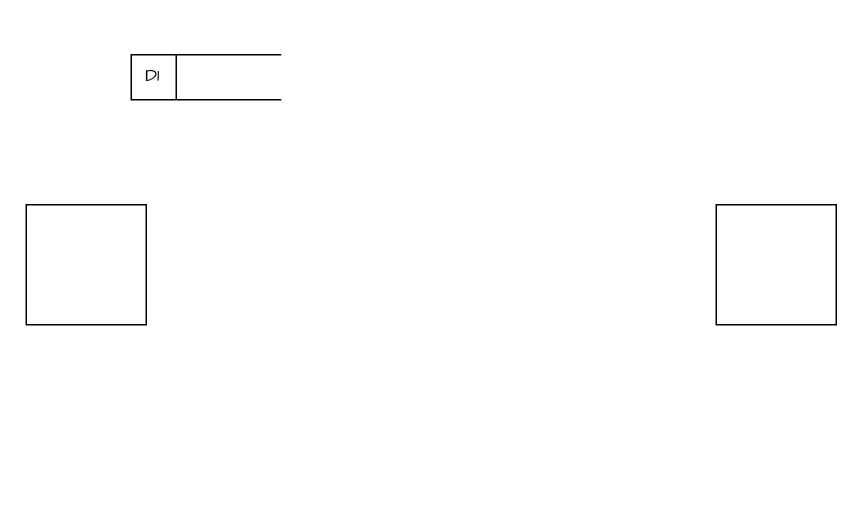
The draw.io diagram 未命名绘图.drawio in wangXingRunning/weige.github.io, before the edit. Source tidied: cells renumbered, new cells numbered last; positions are measured from the earlier drawing's top-left corner, leaving out a move shared by most shapes. Both pictures are drawn from the tidied source at 150%, with x=0, y=0 at pixel (26, 54).
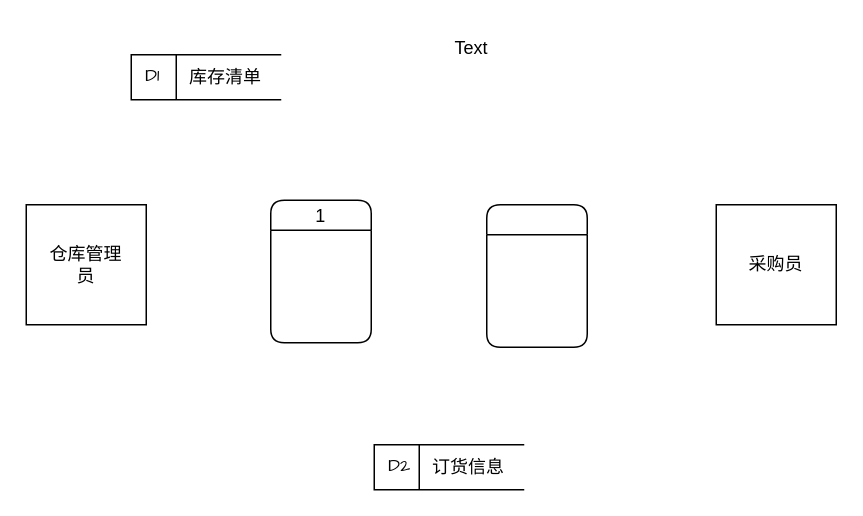
After the change.

Commit message (it also covers changes not shown here):
更新未命名绘图.drawio

The edit, as a diff of the source:
```diff
@@
 <mxGraphModel>
   <root>
     <mxCell id="0" />
     <mxCell id="1" parent="0" />
     <mxCell id="2" style="whiteSpace=wrap;html=1;hachureGap=4;fontFamily=Architects Daughter;rounded=0;" parent="1" vertex="1">
       <mxGeometry y="100" width="80" height="80" as="geometry" />
     </mxCell>
     <mxCell id="3" style="whiteSpace=wrap;html=1;hachureGap=4;fontFamily=Architects Daughter;rounded=0;" parent="1" vertex="1">
       <mxGeometry x="460" y="100" width="80" height="80" as="geometry" />
     </mxCell>
     <mxCell id="4" value="&amp;nbsp;D1" style="html=1;dashed=0;whiteSpace=wrap;shape=mxgraph.dfd.dataStoreID;align=left;spacingLeft=3;rounded=0;hachureGap=4;strokeColor=default;verticalAlign=middle;fontFamily=Architects Daughter;fontSize=12;fontColor=default;fillColor=default;" parent="1" vertex="1">
       <mxGeometry x="70" width="100" height="30" as="geometry" />
     </mxCell>
+    <mxCell id="5" value="库存清单" style="text;html=1;align=center;verticalAlign=middle;whiteSpace=wrap;rounded=0;" parent="1" vertex="1">
+      <mxGeometry x="103" width="60" height="30" as="geometry" />
+    </mxCell>
+    <mxCell id="6" value="Text" style="text;html=1;align=center;verticalAlign=middle;whiteSpace=wrap;rounded=0;" parent="1" vertex="1">
+      <mxGeometry x="267" y="-19" width="60" height="30" as="geometry" />
+    </mxCell>
+    <mxCell id="7" value="1" style="swimlane;fontStyle=0;horizontal=1;startSize=20;fillColor=#ffffff;swimlaneFillColor=#ffffff;rounded=1;" parent="1" vertex="1">
+      <mxGeometry x="163" y="97" width="67" height="95" as="geometry" />
+    </mxCell>
+    <mxCell id="8" style="swimlane;fontStyle=0;horizontal=1;startSize=20;fillColor=#ffffff;swimlaneFillColor=#ffffff;rounded=1;" parent="1" vertex="1">
+      <mxGeometry x="307" y="100" width="67" height="95" as="geometry" />
+    </mxCell>
+    <mxCell id="9" value="仓库管理员" style="text;html=1;align=center;verticalAlign=middle;whiteSpace=wrap;rounded=0;" parent="1" vertex="1">
+      <mxGeometry x="10" y="125" width="60" height="30" as="geometry" />
+    </mxCell>
+    <mxCell id="10" value="采购员" style="text;html=1;align=center;verticalAlign=middle;whiteSpace=wrap;rounded=0;" parent="1" vertex="1">
+      <mxGeometry x="470" y="125" width="60" height="30" as="geometry" />
+    </mxCell>
+    <mxCell id="11" value="&amp;nbsp;D2" style="html=1;dashed=0;whiteSpace=wrap;shape=mxgraph.dfd.dataStoreID;align=left;spacingLeft=3;rounded=0;hachureGap=4;strokeColor=default;verticalAlign=middle;fontFamily=Architects Daughter;fontSize=12;fontColor=default;fillColor=default;" parent="1" vertex="1">
+      <mxGeometry x="232" y="260" width="100" height="30" as="geometry" />
+    </mxCell>
+    <mxCell id="12" value="订货信息" style="text;html=1;align=center;verticalAlign=middle;whiteSpace=wrap;rounded=0;" parent="1" vertex="1">
+      <mxGeometry x="265" y="260" width="60" height="30" as="geometry" />
+    </mxCell>
   </root>
 </mxGraphModel>
```
